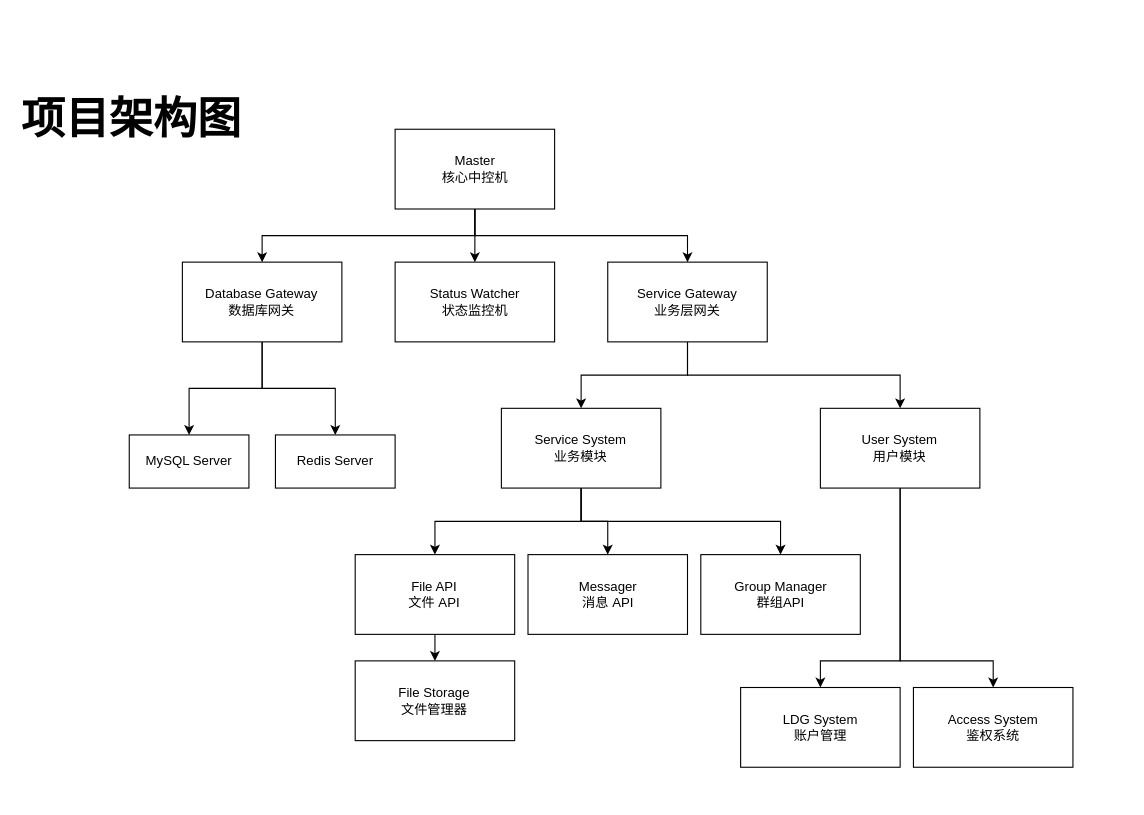
Before: page "架构图" (1 of 3) of arch.drawio in StealthIM/server-arch, a draw.io diagram. Source tidied: cells renumbered, new cells numbered last; positions are measured from the earlier drawing's top-left corner, leaving out a move shared by most shapes. Both pictures are drawn from the tidied source at 110%, with x=0, y=0 at pixel (19, 85).
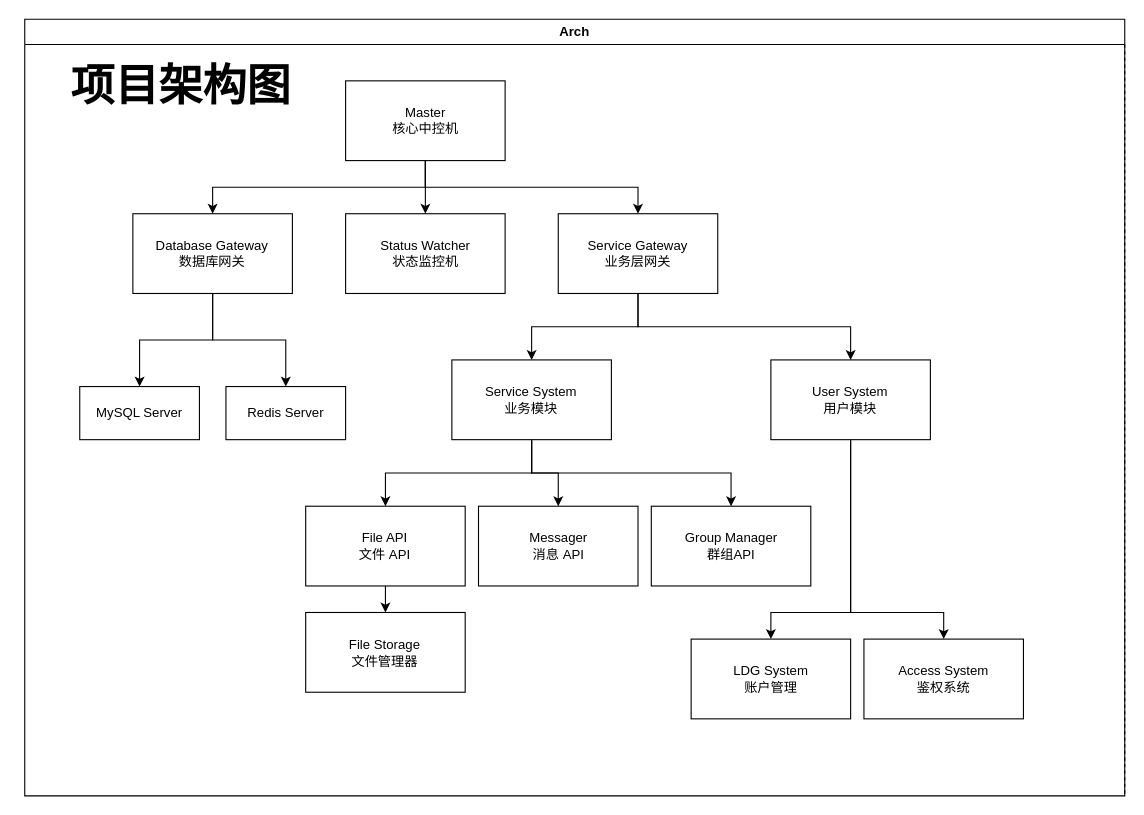
The same diagram, later.

Diff of the diagram source:
```diff
@@
+    <mxCell id="31" value="Arch" style="swimlane;whiteSpace=wrap;html=1;rounded=0;swimlaneLine=1;separatorColor=light-dark(#000000,#FFFFFF);gradientColor=none;swimlaneFillColor=light-dark(#FFFFFF,#000000);glass=0;" parent="1" vertex="1">
+      <mxGeometry x="5" y="-60" width="1000" height="706" as="geometry" />
+    </mxCell>
-    <mxCell id="2" value="&lt;h1 style=&quot;margin-top: 0px;&quot;&gt;项目架构图&lt;/h1&gt;" style="text;html=1;whiteSpace=wrap;overflow=hidden;rounded=0;fontSize=20;" parent="1" vertex="1">
-      <mxGeometry width="230" height="70" as="geometry" />
+    <mxCell id="2" value="&lt;h1 style=&quot;margin-top: 0px;&quot;&gt;项目架构图&lt;/h1&gt;" style="text;html=1;whiteSpace=wrap;overflow=hidden;rounded=0;fontSize=20;" parent="31" vertex="1">
+      <mxGeometry x="40" y="30" width="230" height="70" as="geometry" />
     </mxCell>
-    <mxCell id="3" style="group;fontSize=20;" parent="1" vertex="1">
-      <mxGeometry x="100" y="40" width="857.9" height="580" as="geometry" />
+    <mxCell id="3" style="group;fontSize=20;" parent="31" vertex="1">
+      <mxGeometry x="50" y="56" width="910" height="620" as="geometry" />
     </mxCell>
```
